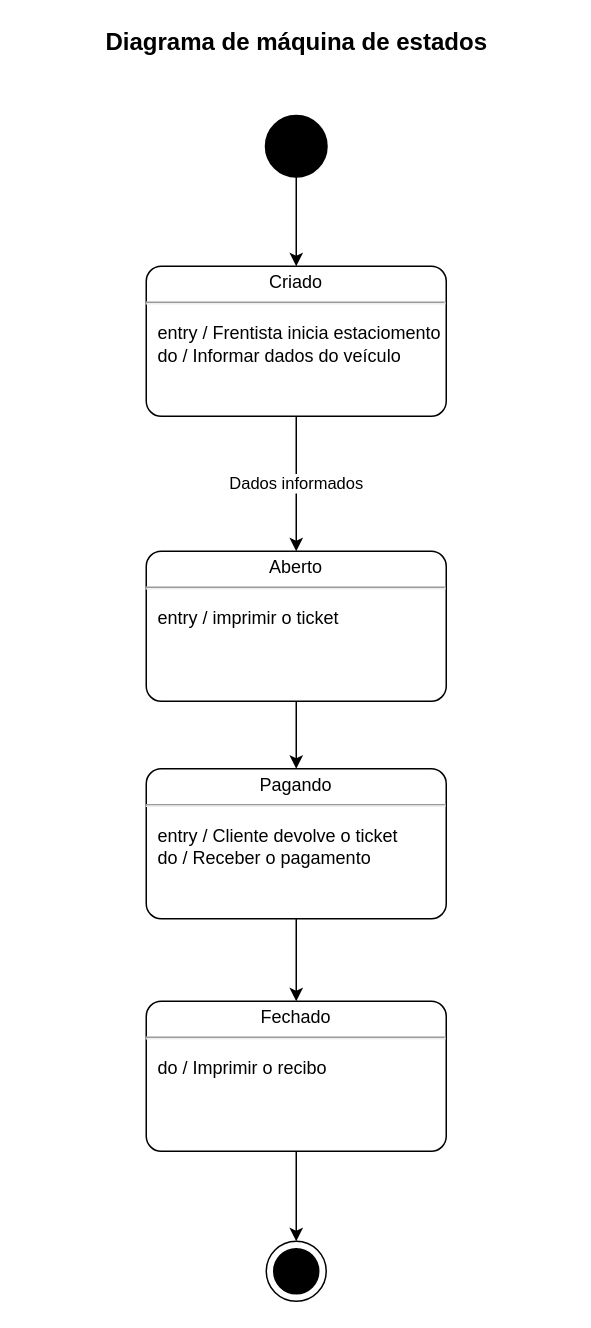
This is Artefato 6 - Diagrama de máquina de estados.drawio from wpavelski/Prova_Takuno, a draw.io file, before an edit. Source tidied: cells renumbered, new cells numbered last; positions are measured from the earlier drawing's top-left corner, leaving out a move shared by most shapes. Both pictures are drawn from the tidied source at 150%, with x=0, y=0 at pixel (93, 26).
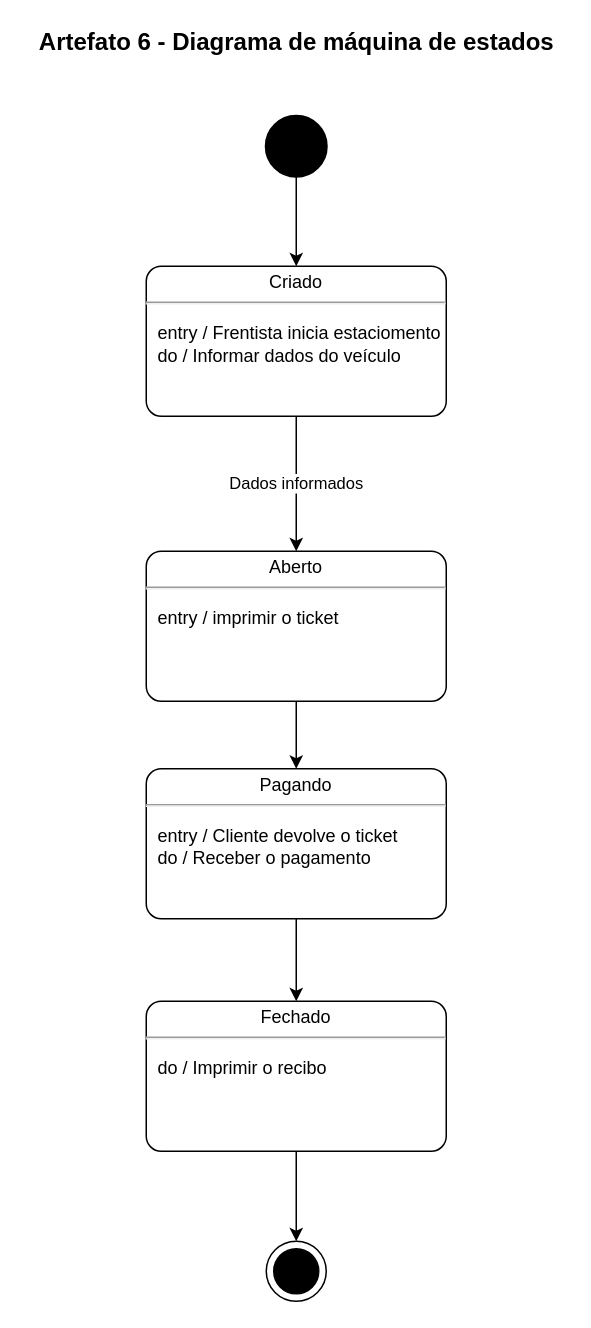
After the change.

Change to the diagram source:
```diff
@@
 <mxGraphModel>
   <root>
     <mxCell id="0" />
     <mxCell id="1" parent="0" />
     <mxCell id="2" style="edgeStyle=orthogonalEdgeStyle;rounded=0;jettySize=auto;html=1;entryX=0.5;entryY=0;entryDx=0;entryDy=0;entryPerimeter=0;" parent="1" edge="1" source="3" target="5">
       <mxGeometry relative="1" as="geometry" />
     </mxCell>
     <mxCell id="3" style="shape=ellipse;html=1;fillColor=#000000;strokeWidth=2;verticalLabelPosition=bottom;verticalAlignment=top;perimeter=ellipsePerimeter;" parent="1" vertex="1">
       <mxGeometry x="115" y="60" width="40" height="40" as="geometry" />
     </mxCell>
     <mxCell id="4" value="Dados informados" style="edgeStyle=orthogonalEdgeStyle;rounded=0;jettySize=auto;html=1;" parent="1" edge="1" source="5" target="7">
       <mxGeometry relative="1" as="geometry" />
     </mxCell>
     <mxCell id="5" value="&lt;p style=&quot;margin: 0px ; margin-top: 4px ; text-align: center&quot;&gt;Criado&lt;/p&gt;&lt;hr&gt;&lt;p&gt;&lt;/p&gt;&lt;p style=&quot;margin: 0px ; margin-left: 8px ; text-align: left&quot;&gt;entry / Frentista inicia estaciomento&lt;br&gt;do / Informar dados do veículo&lt;br&gt;&lt;/p&gt;" style="shape=mxgraph.sysml.simpleState;html=1;overflow=fill;whiteSpace=wrap;align=center;" parent="1" vertex="1">
       <mxGeometry x="35" y="160" width="200" height="100" as="geometry" />
     </mxCell>
     <mxCell id="6" style="edgeStyle=orthogonalEdgeStyle;rounded=0;jettySize=auto;html=1;" parent="1" edge="1" source="7" target="9">
       <mxGeometry relative="1" as="geometry" />
     </mxCell>
     <mxCell id="7" value="&lt;p style=&quot;margin: 0px ; margin-top: 4px ; text-align: center&quot;&gt;Aberto&lt;/p&gt;&lt;hr&gt;&lt;p&gt;&lt;/p&gt;&lt;p style=&quot;margin: 0px ; margin-left: 8px ; text-align: left&quot;&gt;entry / imprimir o ticket&lt;/p&gt;" style="shape=mxgraph.sysml.simpleState;html=1;overflow=fill;whiteSpace=wrap;align=center;" parent="1" vertex="1">
       <mxGeometry x="35" y="350" width="200" height="100" as="geometry" />
     </mxCell>
     <mxCell id="8" style="edgeStyle=orthogonalEdgeStyle;rounded=0;jettySize=auto;html=1;entryX=0.5;entryY=0;entryDx=0;entryDy=0;entryPerimeter=0;" parent="1" edge="1" source="9" target="11">
       <mxGeometry relative="1" as="geometry" />
     </mxCell>
     <mxCell id="9" value="&lt;p style=&quot;margin: 0px ; margin-top: 4px ; text-align: center&quot;&gt;Pagando&lt;/p&gt;&lt;hr&gt;&lt;p&gt;&lt;/p&gt;&lt;p style=&quot;margin: 0px ; margin-left: 8px ; text-align: left&quot;&gt;entry / Cliente devolve o ticket&lt;br&gt;do / Receber o pagamento&lt;br&gt;&lt;/p&gt;" style="shape=mxgraph.sysml.simpleState;html=1;overflow=fill;whiteSpace=wrap;align=center;" parent="1" vertex="1">
       <mxGeometry x="35" y="495" width="200" height="100" as="geometry" />
     </mxCell>
     <mxCell id="10" style="edgeStyle=orthogonalEdgeStyle;rounded=0;jettySize=auto;html=1;" parent="1" edge="1" source="11" target="12">
       <mxGeometry relative="1" as="geometry" />
     </mxCell>
     <mxCell id="11" value="&lt;p style=&quot;margin: 0px ; margin-top: 4px ; text-align: center&quot;&gt;Fechado&lt;/p&gt;&lt;hr&gt;&lt;p&gt;&lt;/p&gt;&lt;p style=&quot;margin: 0px ; margin-left: 8px ; text-align: left&quot;&gt;do / Imprimir o recibo&lt;br&gt;&lt;/p&gt;" style="shape=mxgraph.sysml.simpleState;html=1;overflow=fill;whiteSpace=wrap;align=center;" parent="1" vertex="1">
       <mxGeometry x="35" y="650" width="200" height="100" as="geometry" />
     </mxCell>
     <mxCell id="12" style="shape=mxgraph.sysml.actFinal;html=1;verticalLabelPosition=bottom;labelBackgroundColor=#ffffff;verticalAlign=top;" parent="1" vertex="1">
       <mxGeometry x="115" y="810" width="40" height="40" as="geometry" />
     </mxCell>
-    <mxCell id="13" value="&lt;font style=&quot;font-size: 16px&quot;&gt;&lt;b&gt;Diagrama de máquina de estados&lt;/b&gt;&lt;/font&gt;" style="text;html=1;align=center;verticalAlign=middle;" parent="1" vertex="1">
-      <mxGeometry width="270" height="20" as="geometry" />
+    <mxCell id="13" value="&lt;font style=&quot;font-size: 16px&quot;&gt;&lt;b&gt;Artefato 6 - Diagrama de máquina de estados&lt;/b&gt;&lt;/font&gt;" style="text;html=1;align=center;verticalAlign=middle;" parent="1" vertex="1">
+      <mxGeometry x="-45" width="360" height="20" as="geometry" />
     </mxCell>
   </root>
 </mxGraphModel>
```
